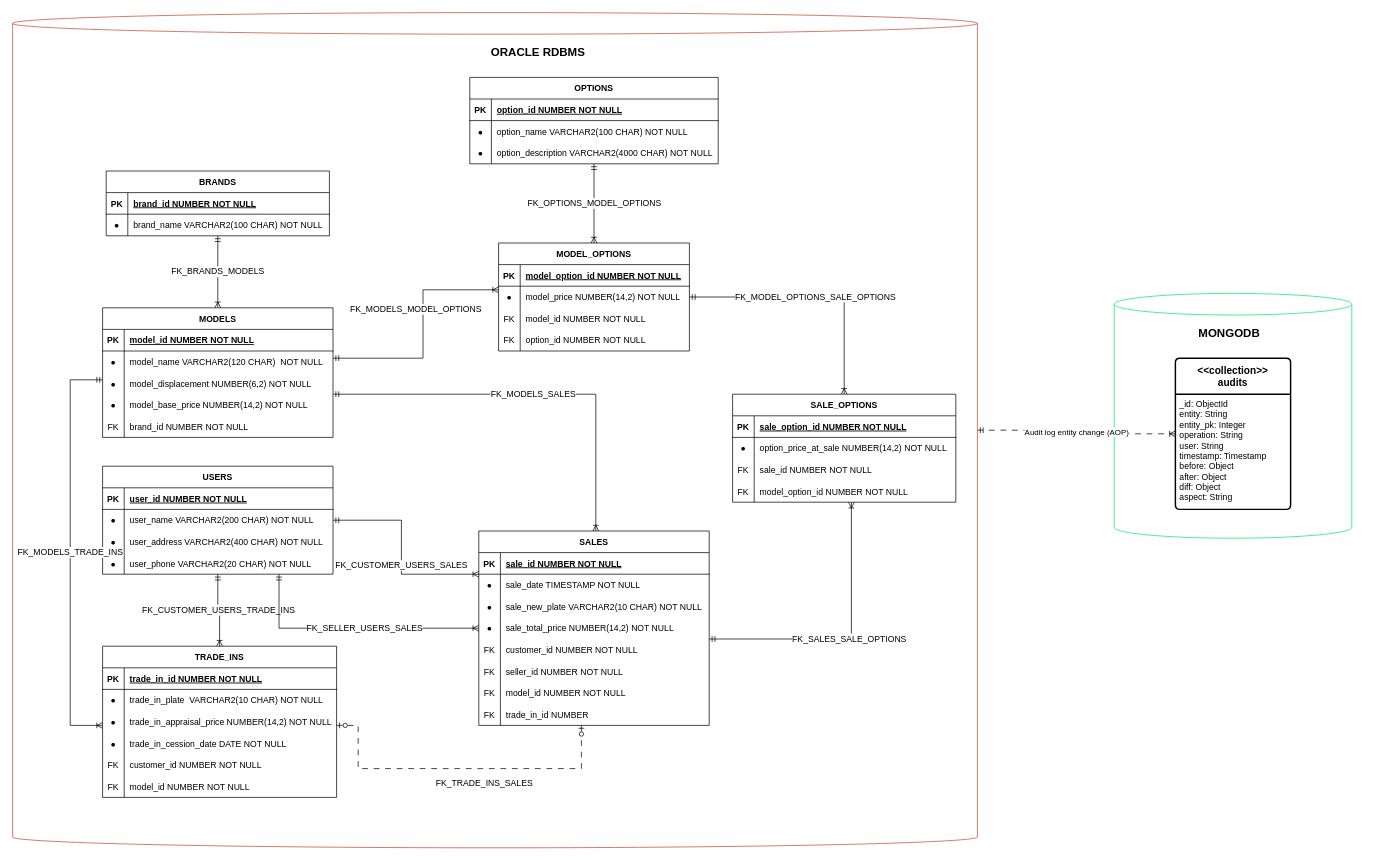
Before: diagrams/motorledger_db_architecture_diagram.drawio in MotorLedger/MotorLedgerDesign, a draw.io diagram. Source tidied: cells renumbered, new cells numbered last; positions are measured from the earlier drawing's top-left corner, leaving out a move shared by most shapes. Both pictures are drawn from the tidied source at 72%, with x=0, y=0 at pixel (12, 12).
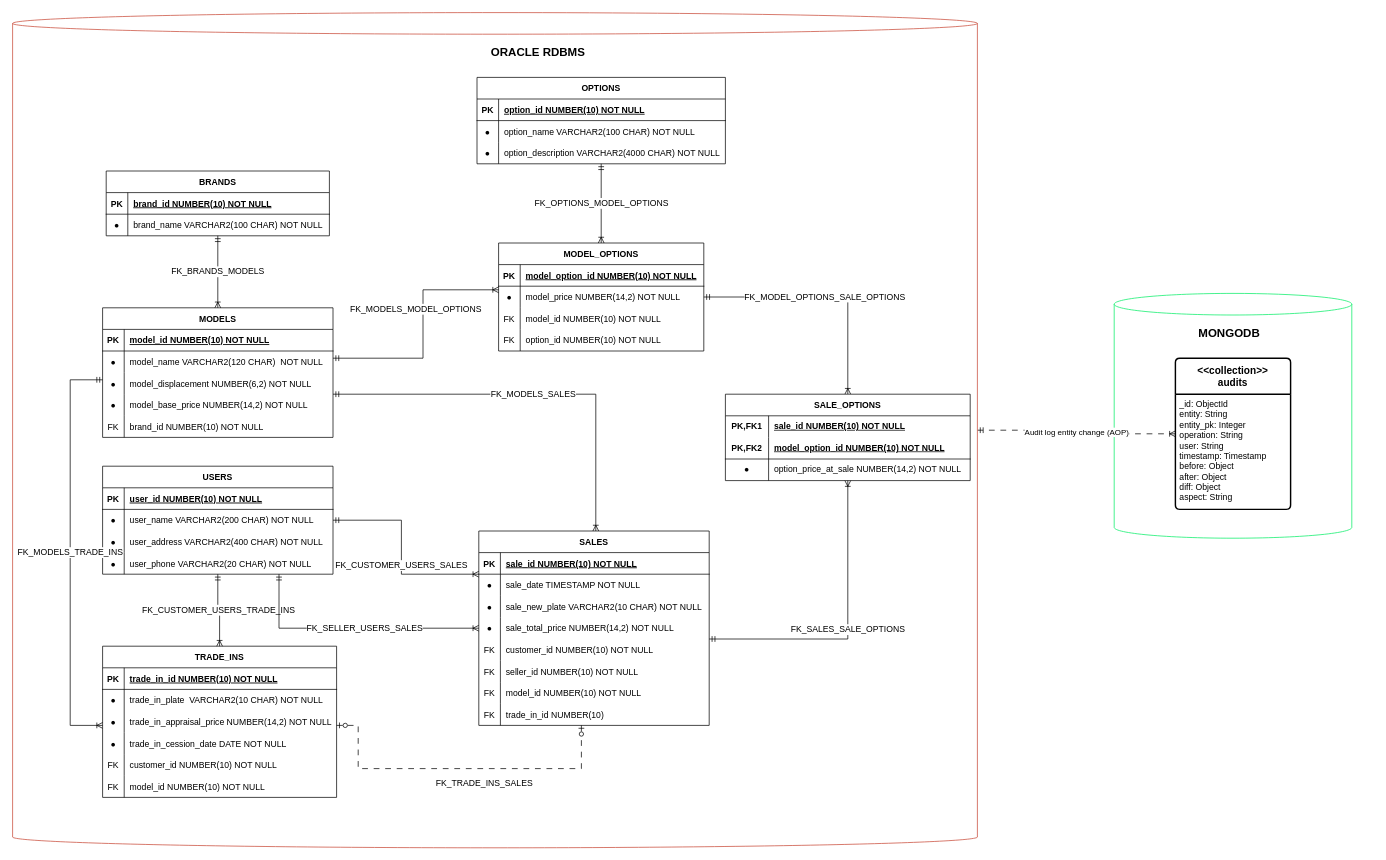
Above is the later version.

The change refers to these unchanged cells:
```xml
<mxCell id="6" style="shape=partialRectangle;fillColor=none;top=0;left=0;right=0;bottom=1;" parent="5" vertex="1">
  <mxGeometry y="30" width="310" height="30" as="geometry" />
</mxCell>
<mxCell id="14" style="shape=partialRectangle;fillColor=none;top=0;left=0;right=0;bottom=1;" parent="13" vertex="1">
  <mxGeometry y="30" width="320" height="30" as="geometry" />
</mxCell>
<mxCell id="26" style="shape=partialRectangle;fillColor=none;top=0;left=0;right=0;bottom=0;" parent="13" vertex="1">
  <mxGeometry y="150" width="320" height="30" as="geometry" />
</mxCell>
<mxCell id="31" style="shape=partialRectangle;fillColor=none;top=0;left=0;right=0;bottom=1;" parent="30" vertex="1">
  <mxGeometry y="30" width="345" height="30" as="geometry" />
</mxCell>
<mxCell id="56" style="shape=partialRectangle;fillColor=none;top=0;left=0;right=0;bottom=1;" parent="55" vertex="1">
  <mxGeometry y="30" width="320" height="30" as="geometry" />
</mxCell>
<mxCell id="69" style="shape=partialRectangle;fillColor=none;top=0;left=0;right=0;bottom=1;" parent="68" vertex="1">
  <mxGeometry y="30" width="325" height="30" as="geometry" />
</mxCell>
<mxCell id="81" style="shape=partialRectangle;fillColor=none;top=0;left=0;right=0;bottom=0;" parent="68" vertex="1">
  <mxGeometry y="150" width="325" height="30" as="geometry" />
</mxCell>
<mxCell id="84" style="shape=partialRectangle;fillColor=none;top=0;left=0;right=0;bottom=0;" parent="68" vertex="1">
  <mxGeometry y="180" width="325" height="30" as="geometry" />
</mxCell>
<mxCell id="88" value="SALES" style="shape=table;startSize=30;childLayout=tableLayout;rowLines=0;fontStyle=1;align=center;" parent="1" vertex="1">
  <mxGeometry x="647.5" y="720" width="320" height="270" as="geometry" />
</mxCell>
<mxCell id="89" style="shape=partialRectangle;fillColor=none;top=0;left=0;right=0;bottom=1;" parent="88" vertex="1">
  <mxGeometry y="30" width="320" height="30" as="geometry" />
</mxCell>
<mxCell id="101" style="shape=partialRectangle;fillColor=none;top=0;left=0;right=0;bottom=0;" parent="88" vertex="1">
  <mxGeometry y="150" width="320" height="30" as="geometry" />
</mxCell>
<mxCell id="104" style="shape=partialRectangle;fillColor=none;top=0;left=0;right=0;bottom=0;" parent="88" vertex="1">
  <mxGeometry y="180" width="320" height="30" as="geometry" />
</mxCell>
<mxCell id="107" style="shape=partialRectangle;fillColor=none;top=0;left=0;right=0;bottom=0;" parent="88" vertex="1">
  <mxGeometry y="210" width="320" height="30" as="geometry" />
</mxCell>
<mxCell id="110" style="shape=partialRectangle;fillColor=none;top=0;left=0;right=0;bottom=0;" parent="88" vertex="1">
  <mxGeometry y="240" width="320" height="30" as="geometry" />
</mxCell>
```

Change to the diagram source:
```diff
@@
-    <mxCell id="8" value="brand_id NUMBER NOT NULL " style="shape=partialRectangle;overflow=hidden;fillColor=none;top=0;left=0;bottom=0;right=0;align=left;spacingLeft=6;fontStyle=5;" parent="6" vertex="1">
+    <mxCell id="8" value="brand_id NUMBER(10) NOT NULL " style="shape=partialRectangle;overflow=hidden;fillColor=none;top=0;left=0;bottom=0;right=0;align=left;spacingLeft=6;fontStyle=5;" parent="6" vertex="1">
       <mxGeometry x="30" width="280" height="30" as="geometry" />
     </mxCell>
@@
-    <mxCell id="16" value="model_id NUMBER NOT NULL " style="shape=partialRectangle;overflow=hidden;fillColor=none;top=0;left=0;bottom=0;right=0;align=left;spacingLeft=6;fontStyle=5;" parent="14" vertex="1">
+    <mxCell id="16" value="model_id NUMBER(10) NOT NULL " style="shape=partialRectangle;overflow=hidden;fillColor=none;top=0;left=0;bottom=0;right=0;align=left;spacingLeft=6;fontStyle=5;" parent="14" vertex="1">
       <mxGeometry x="30" width="290" height="30" as="geometry" />
     </mxCell>
@@
-    <mxCell id="28" value="brand_id NUMBER NOT NULL" style="shape=partialRectangle;overflow=hidden;fillColor=none;top=0;left=0;bottom=0;right=0;align=left;spacingLeft=6;" parent="26" vertex="1">
+    <mxCell id="28" value="brand_id NUMBER(10) NOT NULL" style="shape=partialRectangle;overflow=hidden;fillColor=none;top=0;left=0;bottom=0;right=0;align=left;spacingLeft=6;" parent="26" vertex="1">
       <mxGeometry x="30" width="290" height="30" as="geometry" />
     </mxCell>
@@
     <mxCell id="30" value="OPTIONS" style="shape=table;startSize=30;childLayout=tableLayout;rowLines=0;fontStyle=1;align=center;" parent="1" vertex="1">
-      <mxGeometry x="635" y="90" width="345" height="120" as="geometry" />
+      <mxGeometry x="645" y="90" width="345" height="120" as="geometry" />
     </mxCell>
@@
-    <mxCell id="33" value="option_id NUMBER NOT NULL " style="shape=partialRectangle;overflow=hidden;fillColor=none;top=0;left=0;bottom=0;right=0;align=left;spacingLeft=6;fontStyle=5;" parent="31" vertex="1">
+    <mxCell id="33" value="option_id NUMBER(10) NOT NULL " style="shape=partialRectangle;overflow=hidden;fillColor=none;top=0;left=0;bottom=0;right=0;align=left;spacingLeft=6;fontStyle=5;" parent="31" vertex="1">
       <mxGeometry x="30" width="315" height="30" as="geometry" />
     </mxCell>
@@
     <mxCell id="40" value="MODEL_OPTIONS" style="shape=table;startSize=30;childLayout=tableLayout;rowLines=0;fontStyle=1;align=center;" parent="1" vertex="1">
-      <mxGeometry x="675" y="320" width="265" height="150" as="geometry" />
+      <mxGeometry x="675" y="320" width="285" height="150" as="geometry" />
     </mxCell>
     <mxCell id="41" style="shape=partialRectangle;fillColor=none;top=0;left=0;right=0;bottom=1;" parent="40" vertex="1">
-      <mxGeometry y="30" width="265" height="30" as="geometry" />
+      <mxGeometry y="30" width="285" height="30" as="geometry" />
     </mxCell>
@@
-    <mxCell id="43" value="model_option_id NUMBER NOT NULL " style="shape=partialRectangle;overflow=hidden;fillColor=none;top=0;left=0;bottom=0;right=0;align=left;spacingLeft=6;fontStyle=5;" parent="41" vertex="1">
-      <mxGeometry x="30" width="235" height="30" as="geometry" />
+    <mxCell id="43" value="model_option_id NUMBER(10) NOT NULL " style="shape=partialRectangle;overflow=hidden;fillColor=none;top=0;left=0;bottom=0;right=0;align=left;spacingLeft=6;fontStyle=5;" parent="41" vertex="1">
+      <mxGeometry x="30" width="255" height="30" as="geometry" />
     </mxCell>
     <mxCell id="44" style="shape=partialRectangle;fillColor=none;top=0;left=0;right=0;bottom=0;" parent="40" vertex="1">
-      <mxGeometry y="60" width="265" height="30" as="geometry" />
+      <mxGeometry y="60" width="285" height="30" as="geometry" />
     </mxCell>
@@
     <mxCell id="46" value="model_price NUMBER(14,2) NOT NULL" style="shape=partialRectangle;overflow=hidden;fillColor=none;top=0;left=0;bottom=0;right=0;align=left;spacingLeft=6;" parent="44" vertex="1">
-      <mxGeometry x="30" width="235" height="30" as="geometry" />
+      <mxGeometry x="30" width="255" height="30" as="geometry" />
     </mxCell>
     <mxCell id="47" style="shape=partialRectangle;fillColor=none;top=0;left=0;right=0;bottom=0;" parent="40" vertex="1">
-      <mxGeometry y="90" width="265" height="30" as="geometry" />
+      <mxGeometry y="90" width="285" height="30" as="geometry" />
     </mxCell>
@@
-    <mxCell id="49" value="model_id NUMBER NOT NULL" style="shape=partialRectangle;overflow=hidden;fillColor=none;top=0;left=0;bottom=0;right=0;align=left;spacingLeft=6;" parent="47" vertex="1">
-      <mxGeometry x="30" width="235" height="30" as="geometry" />
+    <mxCell id="49" value="model_id NUMBER(10) NOT NULL" style="shape=partialRectangle;overflow=hidden;fillColor=none;top=0;left=0;bottom=0;right=0;align=left;spacingLeft=6;" parent="47" vertex="1">
+      <mxGeometry x="30" width="255" height="30" as="geometry" />
     </mxCell>
     <mxCell id="50" style="shape=partialRectangle;fillColor=none;top=0;left=0;right=0;bottom=0;" parent="40" vertex="1">
-      <mxGeometry y="120" width="265" height="30" as="geometry" />
+      <mxGeometry y="120" width="285" height="30" as="geometry" />
     </mxCell>
@@
-    <mxCell id="52" value="option_id NUMBER NOT NULL" style="shape=partialRectangle;overflow=hidden;fillColor=none;top=0;left=0;bottom=0;right=0;align=left;spacingLeft=6;" parent="50" vertex="1">
-      <mxGeometry x="30" width="235" height="30" as="geometry" />
+    <mxCell id="52" value="option_id NUMBER(10) NOT NULL" style="shape=partialRectangle;overflow=hidden;fillColor=none;top=0;left=0;bottom=0;right=0;align=left;spacingLeft=6;" parent="50" vertex="1">
+      <mxGeometry x="30" width="255" height="30" as="geometry" />
     </mxCell>
@@
-    <mxCell id="58" value="user_id NUMBER NOT NULL " style="shape=partialRectangle;overflow=hidden;fillColor=none;top=0;left=0;bottom=0;right=0;align=left;spacingLeft=6;fontStyle=5;" parent="56" vertex="1">
+    <mxCell id="58" value="user_id NUMBER(10) NOT NULL " style="shape=partialRectangle;overflow=hidden;fillColor=none;top=0;left=0;bottom=0;right=0;align=left;spacingLeft=6;fontStyle=5;" parent="56" vertex="1">
       <mxGeometry x="30" width="290" height="30" as="geometry" />
     </mxCell>
@@
-    <mxCell id="71" value="trade_in_id NUMBER NOT NULL " style="shape=partialRectangle;overflow=hidden;fillColor=none;top=0;left=0;bottom=0;right=0;align=left;spacingLeft=6;fontStyle=5;" parent="69" vertex="1">
+    <mxCell id="71" value="trade_in_id NUMBER(10) NOT NULL " style="shape=partialRectangle;overflow=hidden;fillColor=none;top=0;left=0;bottom=0;right=0;align=left;spacingLeft=6;fontStyle=5;" parent="69" vertex="1">
       <mxGeometry x="30" width="295" height="30" as="geometry" />
     </mxCell>
@@
-    <mxCell id="83" value="customer_id NUMBER NOT NULL" style="shape=partialRectangle;overflow=hidden;fillColor=none;top=0;left=0;bottom=0;right=0;align=left;spacingLeft=6;" parent="81" vertex="1">
+    <mxCell id="83" value="customer_id NUMBER(10) NOT NULL" style="shape=partialRectangle;overflow=hidden;fillColor=none;top=0;left=0;bottom=0;right=0;align=left;spacingLeft=6;" parent="81" vertex="1">
       <mxGeometry x="30" width="295" height="30" as="geometry" />
     </mxCell>
@@
-    <mxCell id="86" value="model_id NUMBER NOT NULL" style="shape=partialRectangle;overflow=hidden;fillColor=none;top=0;left=0;bottom=0;right=0;align=left;spacingLeft=6;" parent="84" vertex="1">
+    <mxCell id="86" value="model_id NUMBER(10) NOT NULL" style="shape=partialRectangle;overflow=hidden;fillColor=none;top=0;left=0;bottom=0;right=0;align=left;spacingLeft=6;" parent="84" vertex="1">
       <mxGeometry x="30" width="295" height="30" as="geometry" />
     </mxCell>
@@
-    <mxCell id="91" value="sale_id NUMBER NOT NULL " style="shape=partialRectangle;overflow=hidden;fillColor=none;top=0;left=0;bottom=0;right=0;align=left;spacingLeft=6;fontStyle=5;" parent="89" vertex="1">
+    <mxCell id="91" value="sale_id NUMBER(10) NOT NULL " style="shape=partialRectangle;overflow=hidden;fillColor=none;top=0;left=0;bottom=0;right=0;align=left;spacingLeft=6;fontStyle=5;" parent="89" vertex="1">
       <mxGeometry x="30" width="290" height="30" as="geometry" />
     </mxCell>
@@
-    <mxCell id="103" value="customer_id NUMBER NOT NULL" style="shape=partialRectangle;overflow=hidden;fillColor=none;top=0;left=0;bottom=0;right=0;align=left;spacingLeft=6;" parent="101" vertex="1">
+    <mxCell id="103" value="customer_id NUMBER(10) NOT NULL" style="shape=partialRectangle;overflow=hidden;fillColor=none;top=0;left=0;bottom=0;right=0;align=left;spacingLeft=6;" parent="101" vertex="1">
       <mxGeometry x="30" width="290" height="30" as="geometry" />
     </mxCell>
@@
-    <mxCell id="106" value="seller_id NUMBER NOT NULL" style="shape=partialRectangle;overflow=hidden;fillColor=none;top=0;left=0;bottom=0;right=0;align=left;spacingLeft=6;" parent="104" vertex="1">
+    <mxCell id="106" value="seller_id NUMBER(10) NOT NULL" style="shape=partialRectangle;overflow=hidden;fillColor=none;top=0;left=0;bottom=0;right=0;align=left;spacingLeft=6;" parent="104" vertex="1">
       <mxGeometry x="30" width="290" height="30" as="geometry" />
     </mxCell>
@@
-    <mxCell id="109" value="model_id NUMBER NOT NULL" style="shape=partialRectangle;overflow=hidden;fillColor=none;top=0;left=0;bottom=0;right=0;align=left;spacingLeft=6;" parent="107" vertex="1">
+    <mxCell id="109" value="model_id NUMBER(10) NOT NULL" style="shape=partialRectangle;overflow=hidden;fillColor=none;top=0;left=0;bottom=0;right=0;align=left;spacingLeft=6;" parent="107" vertex="1">
       <mxGeometry x="30" width="290" height="30" as="geometry" />
     </mxCell>
@@
-    <mxCell id="112" value="trade_in_id NUMBER" style="shape=partialRectangle;overflow=hidden;fillColor=none;top=0;left=0;bottom=0;right=0;align=left;spacingLeft=6;" parent="110" vertex="1">
+    <mxCell id="112" value="trade_in_id NUMBER(10)" style="shape=partialRectangle;overflow=hidden;fillColor=none;top=0;left=0;bottom=0;right=0;align=left;spacingLeft=6;" parent="110" vertex="1">
       <mxGeometry x="30" width="290" height="30" as="geometry" />
     </mxCell>
@@
-    <mxCell id="117" value="SALE_OPTIONS" style="shape=table;startSize=30;childLayout=tableLayout;rowLines=0;fontStyle=1;align=center;" parent="1" vertex="1">
-      <mxGeometry x="1000" y="530" width="310" height="150" as="geometry" />
-    </mxCell>
-    <mxCell id="118" style="shape=partialRectangle;fillColor=none;top=0;left=0;right=0;bottom=1;" parent="117" vertex="1">
-      <mxGeometry y="30" width="310" height="30" as="geometry" />
-    </mxCell>
-    <mxCell id="119" value="PK" style="shape=partialRectangle;overflow=hidden;fillColor=none;top=0;left=0;bottom=0;right=0;fontStyle=1;" parent="118" vertex="1">
-      <mxGeometry width="30" height="30" as="geometry" />
-    </mxCell>
-    <mxCell id="120" value="sale_option_id NUMBER NOT NULL " style="shape=partialRectangle;overflow=hidden;fillColor=none;top=0;left=0;bottom=0;right=0;align=left;spacingLeft=6;fontStyle=5;" parent="118" vertex="1">
-      <mxGeometry x="30" width="280" height="30" as="geometry" />
-    </mxCell>
-    <mxCell id="121" style="shape=partialRectangle;fillColor=none;top=0;left=0;right=0;bottom=0;" parent="117" vertex="1">
-      <mxGeometry y="60" width="310" height="30" as="geometry" />
-    </mxCell>
-    <mxCell id="122" value="●" style="shape=partialRectangle;overflow=hidden;fillColor=none;top=0;left=0;bottom=0;right=0;" parent="121" vertex="1">
-      <mxGeometry width="30" height="30" as="geometry" />
-    </mxCell>
-    <mxCell id="123" value="option_price_at_sale NUMBER(14,2) NOT NULL" style="shape=partialRectangle;overflow=hidden;fillColor=none;top=0;left=0;bottom=0;right=0;align=left;spacingLeft=6;" parent="121" vertex="1">
-      <mxGeometry x="30" width="280" height="30" as="geometry" />
-    </mxCell>
-    <mxCell id="124" style="shape=partialRectangle;fillColor=none;top=0;left=0;right=0;bottom=0;" parent="117" vertex="1">
-      <mxGeometry y="90" width="310" height="30" as="geometry" />
-    </mxCell>
-    <mxCell id="125" value="FK" style="shape=partialRectangle;overflow=hidden;fillColor=none;top=0;left=0;bottom=0;right=0;" parent="124" vertex="1">
-      <mxGeometry width="30" height="30" as="geometry" />
-    </mxCell>
-    <mxCell id="126" value="sale_id NUMBER NOT NULL" style="shape=partialRectangle;overflow=hidden;fillColor=none;top=0;left=0;bottom=0;right=0;align=left;spacingLeft=6;" parent="124" vertex="1">
-      <mxGeometry x="30" width="280" height="30" as="geometry" />
-    </mxCell>
-    <mxCell id="127" style="shape=partialRectangle;fillColor=none;top=0;left=0;right=0;bottom=0;" parent="117" vertex="1">
-      <mxGeometry y="120" width="310" height="30" as="geometry" />
-    </mxCell>
-    <mxCell id="128" value="FK" style="shape=partialRectangle;overflow=hidden;fillColor=none;top=0;left=0;bottom=0;right=0;" parent="127" vertex="1">
-      <mxGeometry width="30" height="30" as="geometry" />
-    </mxCell>
-    <mxCell id="129" value="model_option_id NUMBER NOT NULL" style="shape=partialRectangle;overflow=hidden;fillColor=none;top=0;left=0;bottom=0;right=0;align=left;spacingLeft=6;" parent="127" vertex="1">
-      <mxGeometry x="30" width="280" height="30" as="geometry" />
-    </mxCell>
@@
     <mxCell id="131" value="FK_SALES_SALE_OPTIONS" style="edgeStyle=orthogonalEdgeStyle;fontSize=12;html=1;endArrow=ERoneToMany;startArrow=ERmandOne;rounded=0;endFill=0;" parent="1" edge="1" source="88" target="117">
       <mxGeometry relative="1" as="geometry">
         <Array as="points">
-          <mxPoint x="1165" y="870" />
+          <mxPoint x="1160" y="870" />
         </Array>
       </mxGeometry>
     </mxCell>
@@
+    <mxCell id="117" value="&lt;span style=&quot;text-wrap-mode: nowrap;&quot;&gt;SALE_OPTIONS&lt;/span&gt;" style="shape=table;startSize=30;childLayout=tableLayout;rowLines=0;fontStyle=1;align=center;html=1;whiteSpace=wrap;" parent="1" vertex="1">
+      <mxGeometry x="990" y="530" width="340" height="120" as="geometry" />
+    </mxCell>
+    <mxCell id="136" style="shape=tableRow;horizontal=0;startSize=0;swimlaneHead=0;swimlaneBody=0;fillColor=none;top=0;left=0;right=0;bottom=0;html=1;" parent="117" vertex="1">
+      <mxGeometry y="30" width="340" height="30" as="geometry" />
+    </mxCell>
+    <mxCell id="137" value="PK,FK1" style="shape=partialRectangle;fillColor=none;top=0;left=0;bottom=0;right=0;fontStyle=1;overflow=hidden;html=1;whiteSpace=wrap;" parent="136" vertex="1">
+      <mxGeometry width="60" height="30" as="geometry" />
+    </mxCell>
+    <mxCell id="138" value="&lt;span style=&quot;text-wrap-mode: nowrap;&quot;&gt;sale_id NUMBER(10)&amp;nbsp;NOT NULL&lt;/span&gt;" style="shape=partialRectangle;fillColor=none;top=0;left=0;bottom=0;right=0;align=left;spacingLeft=6;fontStyle=5;overflow=hidden;html=1;whiteSpace=wrap;" parent="136" vertex="1">
+      <mxGeometry x="60" width="280" height="30" as="geometry" />
+    </mxCell>
+    <mxCell id="139" style="shape=tableRow;horizontal=0;startSize=0;swimlaneHead=0;swimlaneBody=0;fillColor=none;top=0;left=0;right=0;bottom=1;html=1;" parent="117" vertex="1">
+      <mxGeometry y="60" width="340" height="30" as="geometry" />
+    </mxCell>
+    <mxCell id="140" value="PK,FK2" style="shape=partialRectangle;fillColor=none;top=0;left=0;bottom=0;right=0;fontStyle=1;overflow=hidden;html=1;whiteSpace=wrap;" parent="139" vertex="1">
+      <mxGeometry width="60" height="30" as="geometry" />
+    </mxCell>
+    <mxCell id="141" value="&lt;span style=&quot;text-wrap-mode: nowrap;&quot;&gt;model_option_id NUMBER(10) NOT NULL&lt;/span&gt;" style="shape=partialRectangle;fillColor=none;top=0;left=0;bottom=0;right=0;align=left;spacingLeft=6;fontStyle=5;overflow=hidden;html=1;whiteSpace=wrap;" parent="139" vertex="1">
+      <mxGeometry x="60" width="280" height="30" as="geometry" />
+    </mxCell>
+    <mxCell id="142" style="shape=tableRow;horizontal=0;startSize=0;swimlaneHead=0;swimlaneBody=0;fillColor=none;top=0;left=0;right=0;bottom=0;html=1;" parent="117" vertex="1">
+      <mxGeometry y="90" width="340" height="30" as="geometry" />
+    </mxCell>
+    <mxCell id="122" value="&lt;span style=&quot;text-wrap-mode: nowrap;&quot;&gt;●&lt;/span&gt;" style="shape=partialRectangle;fillColor=none;top=0;left=0;bottom=0;right=0;overflow=hidden;html=1;whiteSpace=wrap;" parent="142" vertex="1">
+      <mxGeometry width="60" height="30" as="geometry" />
+    </mxCell>
+    <mxCell id="123" value="&lt;span style=&quot;text-wrap-mode: nowrap;&quot;&gt;option_price_at_sale NUMBER(14,2) NOT NULL&lt;/span&gt;" style="shape=partialRectangle;fillColor=none;top=0;left=0;bottom=0;right=0;align=left;spacingLeft=6;overflow=hidden;html=1;whiteSpace=wrap;" parent="142" vertex="1">
+      <mxGeometry x="60" width="280" height="30" as="geometry" />
+    </mxCell>
```
